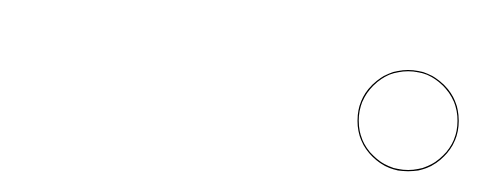
Earlier version of the draw.io diagram LifeCyclePump.drawio (suzuki-taro-29/FRP-chap4-diagrams). Source tidied: cells renumbered, new cells numbered last; positions are measured from the earlier drawing's top-left corner, leaving out a move shared by most shapes. Both pictures are drawn from the tidied source at 125%, with x=0, y=0 at pixel (358, 70).
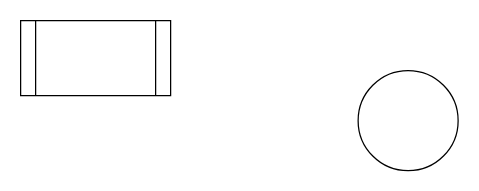
Above is the later version.

Commit message:
update LifeCyclePump with vscode

The edit, as a diff of the source:
```diff
@@
 <mxGraphModel>
   <root>
     <mxCell id="0" />
     <mxCell id="1" parent="0" />
     <mxCell id="2" style="ellipse;whiteSpace=wrap;html=1;" parent="1" vertex="1">
       <mxGeometry width="80" height="80" as="geometry" />
     </mxCell>
+    <mxCell id="3" style="shape=process;whiteSpace=wrap;html=1;backgroundOutline=1;" parent="1" vertex="1">
+      <mxGeometry x="-270" y="-40" width="120" height="60" as="geometry" />
+    </mxCell>
   </root>
 </mxGraphModel>
```
